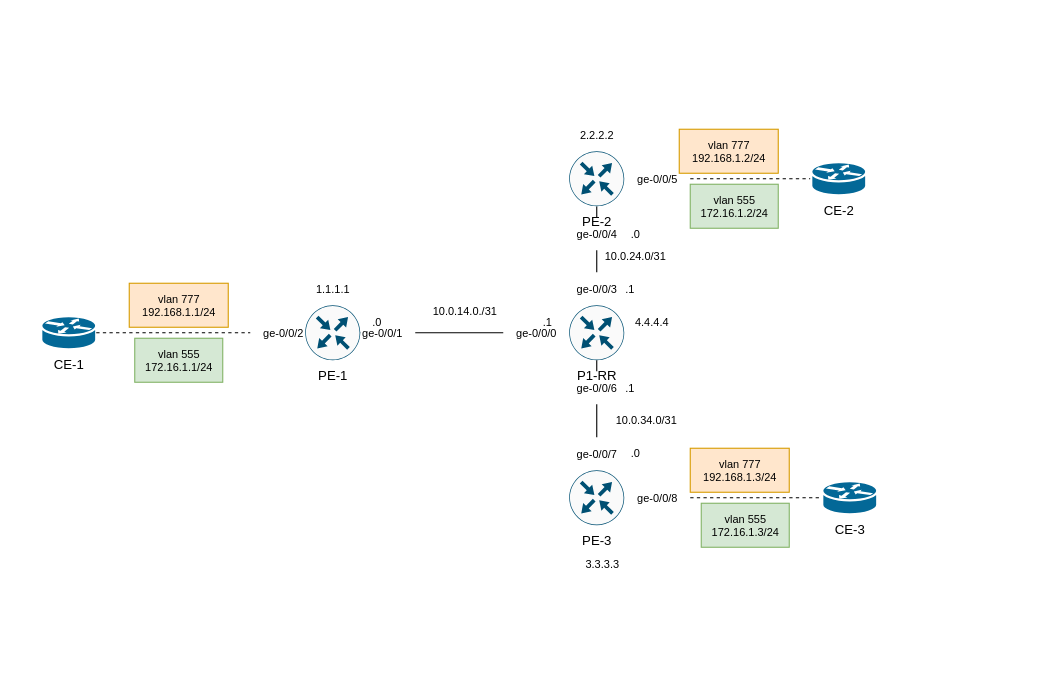
amuzdakhanov/schemes_juniper keeps this draw.io diagram as SP/EVPN.drawio. Above is the earlier version. Source tidied: cells renumbered, new cells numbered last; positions are measured from the earlier drawing's top-left corner, leaving out a move shared by most shapes. Both pictures are drawn from the tidied source at 110%, with x=0, y=0 at pixel (41, 118).
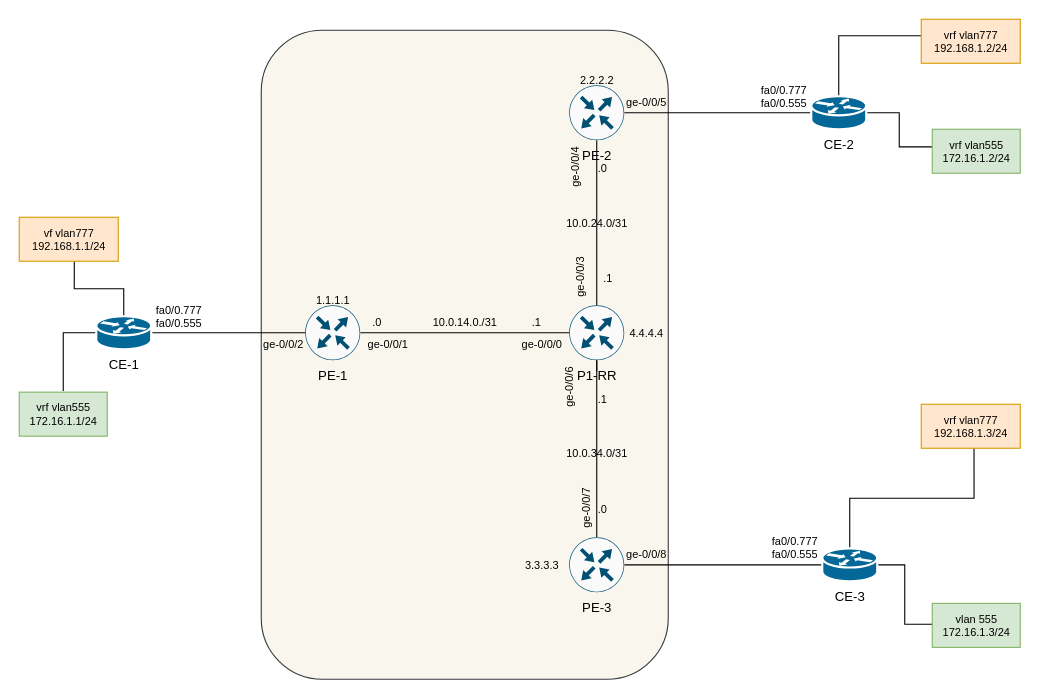
The same diagram, later.

The change refers to these unchanged cells:
```xml
<mxCell id="7" value="P1-RR" style="sketch=0;points=[[0.5,0,0],[1,0.5,0],[0.5,1,0],[0,0.5,0],[0.145,0.145,0],[0.8555,0.145,0],[0.855,0.8555,0],[0.145,0.855,0]];verticalLabelPosition=bottom;html=1;verticalAlign=top;align=center;shape=mxgraph.cisco19.rect;prIcon=router;fillColor=#FAFAFA;strokeColor=#005073;" parent="1" vertex="1">
  <mxGeometry x="480" y="170" width="50" height="50" as="geometry" />
</mxCell>
<mxCell id="12" value="PE-1" style="sketch=0;points=[[0.5,0,0],[1,0.5,0],[0.5,1,0],[0,0.5,0],[0.145,0.145,0],[0.8555,0.145,0],[0.855,0.8555,0],[0.145,0.855,0]];verticalLabelPosition=bottom;html=1;verticalAlign=top;align=center;shape=mxgraph.cisco19.rect;prIcon=router;fillColor=#FAFAFA;strokeColor=#005073;" parent="1" vertex="1">
  <mxGeometry x="240" y="170" width="50" height="50" as="geometry" />
</mxCell>
```

Diff of the diagram source:
```diff
@@
-    <mxCell id="2" style="rounded=0;jettySize=auto;html=1;exitX=0.5;exitY=1;exitDx=0;exitDy=0;exitPerimeter=0;entryX=0.5;entryY=0;entryDx=0;entryDy=0;entryPerimeter=0;endArrow=none;endFill=0;startArrow=none;" parent="1" edge="1" source="28" target="3">
-      <mxGeometry relative="1" as="geometry" />
-    </mxCell>
+    <mxCell id="49" style="rounded=1;whiteSpace=wrap;html=1;fontSize=10;fillColor=#f9f7ed;strokeColor=#36393d;" parent="1" vertex="1">
+      <mxGeometry x="200" y="-80" width="370" height="590" as="geometry" />
+    </mxCell>
-    <mxCell id="3" value="&lt;font style=&quot;font-size: 10px;&quot;&gt;ge-0/0/7&lt;/font&gt;" style="text;html=1;align=center;verticalAlign=middle;points=[];strokeColor=none;fillColor=none;" parent="1" vertex="1">
-      <mxGeometry x="475" y="290" width="60" height="30" as="geometry" />
+    <mxCell id="3" value="&lt;font style=&quot;font-size: 10px;&quot;&gt;ge-0/0/7&lt;/font&gt;" style="text;html=1;align=center;verticalAlign=middle;points=[];strokeColor=none;fillColor=none;rotation=-90;" parent="1" vertex="1">
+      <mxGeometry x="465" y="340" width="60" height="30" as="geometry" />
     </mxCell>
-    <mxCell id="4" style="rounded=0;jettySize=auto;html=1;exitX=0;exitY=0.5;exitDx=0;exitDy=0;exitPerimeter=0;entryX=1;entryY=0.5;entryDx=0;entryDy=0;entryPerimeter=0;startArrow=none;startFill=0;endArrow=none;endFill=0;" parent="1" edge="1" source="22" target="12">
-      <mxGeometry relative="1" as="geometry" />
-    </mxCell>
-    <mxCell id="5" style="edgeStyle=orthogonalEdgeStyle;rounded=0;jettySize=auto;html=1;exitX=0.5;exitY=0;exitDx=0;exitDy=0;exitPerimeter=0;entryX=0.5;entryY=1;entryDx=0;entryDy=0;entryPerimeter=0;endArrow=none;endFill=0;startArrow=none;" parent="1" edge="1" source="17" target="9">
-      <mxGeometry relative="1" as="geometry" />
-    </mxCell>
-    <mxCell id="6" style="rounded=0;jettySize=auto;html=1;exitX=0.5;exitY=1;exitDx=0;exitDy=0;exitPerimeter=0;entryX=0.5;entryY=0;entryDx=0;entryDy=0;entryPerimeter=0;endArrow=none;endFill=0;startArrow=none;" parent="1" edge="1" source="3" target="11">
-      <mxGeometry relative="1" as="geometry" />
-    </mxCell>
+    <mxCell id="50" style="edgeStyle=orthogonalEdgeStyle;rounded=0;jettySize=auto;html=1;exitX=0.5;exitY=1;exitDx=0;exitDy=0;exitPerimeter=0;entryX=0.5;entryY=0;entryDx=0;entryDy=0;entryPerimeter=0;fontSize=10;endArrow=none;endFill=0;" parent="1" edge="1" source="7" target="11">
+      <mxGeometry relative="1" as="geometry" />
+    </mxCell>
@@
-    <mxCell id="8" style="edgeStyle=orthogonalEdgeStyle;rounded=0;jettySize=auto;html=1;dashed=1;endArrow=none;endFill=0;startArrow=none;" parent="1" edge="1" source="25" target="13">
-      <mxGeometry relative="1" as="geometry" />
-    </mxCell>
+    <mxCell id="51" style="edgeStyle=orthogonalEdgeStyle;rounded=0;jettySize=auto;html=1;exitX=1;exitY=0.5;exitDx=0;exitDy=0;exitPerimeter=0;entryX=0;entryY=0.5;entryDx=0;entryDy=0;entryPerimeter=0;fontSize=10;endArrow=none;endFill=0;" parent="1" edge="1" source="9" target="13">
+      <mxGeometry relative="1" as="geometry" />
+    </mxCell>
+    <mxCell id="52" style="edgeStyle=orthogonalEdgeStyle;rounded=0;jettySize=auto;html=1;exitX=0.5;exitY=1;exitDx=0;exitDy=0;exitPerimeter=0;entryX=0.5;entryY=0;entryDx=0;entryDy=0;entryPerimeter=0;fontSize=10;endArrow=none;endFill=0;" parent="1" edge="1" source="9" target="7">
+      <mxGeometry relative="1" as="geometry" />
+    </mxCell>
     <mxCell id="9" value="PE-2" style="sketch=0;points=[[0.5,0,0],[1,0.5,0],[0.5,1,0],[0,0.5,0],[0.145,0.145,0],[0.8555,0.145,0],[0.855,0.8555,0],[0.145,0.855,0]];verticalLabelPosition=bottom;html=1;verticalAlign=top;align=center;shape=mxgraph.cisco19.rect;prIcon=router;fillColor=#FAFAFA;strokeColor=#005073;" parent="1" vertex="1">
-      <mxGeometry x="480" y="30" width="50" height="50" as="geometry" />
+      <mxGeometry x="480" y="-30" width="50" height="50" as="geometry" />
     </mxCell>
-    <mxCell id="10" style="edgeStyle=orthogonalEdgeStyle;rounded=0;jettySize=auto;html=1;exitX=1;exitY=0.5;exitDx=0;exitDy=0;exitPerimeter=0;entryX=0;entryY=0.5;entryDx=0;entryDy=0;entryPerimeter=0;dashed=1;endArrow=none;endFill=0;startArrow=none;" parent="1" edge="1" source="26" target="15">
-      <mxGeometry relative="1" as="geometry" />
-    </mxCell>
+    <mxCell id="53" style="edgeStyle=orthogonalEdgeStyle;rounded=0;jettySize=auto;html=1;exitX=1;exitY=0.5;exitDx=0;exitDy=0;exitPerimeter=0;fontSize=10;endArrow=none;endFill=0;" parent="1" edge="1" source="11" target="15">
+      <mxGeometry relative="1" as="geometry" />
+    </mxCell>
     <mxCell id="11" value="PE-3" style="sketch=0;points=[[0.5,0,0],[1,0.5,0],[0.5,1,0],[0,0.5,0],[0.145,0.145,0],[0.8555,0.145,0],[0.855,0.8555,0],[0.145,0.855,0]];verticalLabelPosition=bottom;html=1;verticalAlign=top;align=center;shape=mxgraph.cisco19.rect;prIcon=router;fillColor=#FAFAFA;strokeColor=#005073;" parent="1" vertex="1">
-      <mxGeometry x="480" y="320" width="50" height="50" as="geometry" />
+      <mxGeometry x="480" y="381" width="50" height="50" as="geometry" />
     </mxCell>
+    <mxCell id="54" style="edgeStyle=orthogonalEdgeStyle;rounded=0;jettySize=auto;html=1;exitX=1;exitY=0.5;exitDx=0;exitDy=0;exitPerimeter=0;entryX=0;entryY=0.5;entryDx=0;entryDy=0;entryPerimeter=0;fontSize=10;endArrow=none;endFill=0;" parent="1" edge="1" source="12" target="7">
+      <mxGeometry relative="1" as="geometry" />
+    </mxCell>
@@
+    <mxCell id="55" style="edgeStyle=orthogonalEdgeStyle;rounded=0;jettySize=auto;html=1;exitX=1;exitY=0.5;exitDx=0;exitDy=0;exitPerimeter=0;entryX=0;entryY=0.4;entryDx=0;entryDy=0;entryPerimeter=0;fontSize=10;endArrow=none;endFill=0;" parent="1" edge="1" source="13" target="48">
+      <mxGeometry relative="1" as="geometry" />
+    </mxCell>
+    <mxCell id="56" style="edgeStyle=orthogonalEdgeStyle;rounded=0;jettySize=auto;html=1;exitX=0.5;exitY=0;exitDx=0;exitDy=0;exitPerimeter=0;entryX=0;entryY=0.375;entryDx=0;entryDy=0;entryPerimeter=0;fontSize=10;endArrow=none;endFill=0;" parent="1" edge="1" source="13" target="43">
+      <mxGeometry relative="1" as="geometry" />
+    </mxCell>
     <mxCell id="13" value="CE-2" style="shape=mxgraph.cisco.routers.router;sketch=0;html=1;dashed=0;fillColor=#036897;strokeColor=#ffffff;strokeWidth=2;verticalLabelPosition=bottom;verticalAlign=top;align=center;outlineConnect=0;" parent="1" vertex="1">
-      <mxGeometry x="700" y="40" width="50" height="30" as="geometry" />
+      <mxGeometry x="700" y="-20" width="50" height="30" as="geometry" />
     </mxCell>
+    <mxCell id="57" style="edgeStyle=orthogonalEdgeStyle;rounded=0;jettySize=auto;html=1;exitX=0.5;exitY=0;exitDx=0;exitDy=0;exitPerimeter=0;entryX=0.556;entryY=1;entryDx=0;entryDy=0;entryPerimeter=0;fontSize=10;endArrow=none;endFill=0;" parent="1" edge="1" source="14" target="45">
+      <mxGeometry relative="1" as="geometry" />
+    </mxCell>
+    <mxCell id="58" style="edgeStyle=orthogonalEdgeStyle;rounded=0;jettySize=auto;html=1;exitX=0;exitY=0.5;exitDx=0;exitDy=0;exitPerimeter=0;entryX=0.5;entryY=-0.025;entryDx=0;entryDy=0;entryPerimeter=0;fontSize=10;endArrow=none;endFill=0;" parent="1" edge="1" source="14" target="46">
+      <mxGeometry relative="1" as="geometry" />
+    </mxCell>
+    <mxCell id="59" style="edgeStyle=orthogonalEdgeStyle;rounded=0;jettySize=auto;html=1;exitX=1;exitY=0.5;exitDx=0;exitDy=0;exitPerimeter=0;entryX=0;entryY=0.5;entryDx=0;entryDy=0;entryPerimeter=0;fontSize=10;endArrow=none;endFill=0;" parent="1" edge="1" source="14" target="12">
+      <mxGeometry relative="1" as="geometry" />
+    </mxCell>
     <mxCell id="14" value="CE-1" style="shape=mxgraph.cisco.routers.router;sketch=0;html=1;dashed=0;fillColor=#036897;strokeColor=#ffffff;strokeWidth=2;verticalLabelPosition=bottom;verticalAlign=top;align=center;outlineConnect=0;" parent="1" vertex="1">
-      <mxGeometry y="180" width="50" height="30" as="geometry" />
+      <mxGeometry x="50" y="180" width="50" height="30" as="geometry" />
     </mxCell>
+    <mxCell id="60" style="edgeStyle=orthogonalEdgeStyle;rounded=0;jettySize=auto;html=1;exitX=1;exitY=0.5;exitDx=0;exitDy=0;exitPerimeter=0;entryX=0.013;entryY=0.475;entryDx=0;entryDy=0;entryPerimeter=0;fontSize=10;endArrow=none;endFill=0;" parent="1" edge="1" source="15" target="47">
+      <mxGeometry relative="1" as="geometry" />
+    </mxCell>
+    <mxCell id="61" style="edgeStyle=orthogonalEdgeStyle;rounded=0;jettySize=auto;html=1;exitX=0.5;exitY=0;exitDx=0;exitDy=0;exitPerimeter=0;entryX=0.533;entryY=1;entryDx=0;entryDy=0;entryPerimeter=0;fontSize=10;endArrow=none;endFill=0;" parent="1" edge="1" source="15" target="44">
+      <mxGeometry relative="1" as="geometry" />
+    </mxCell>
     <mxCell id="15" value="CE-3" style="shape=mxgraph.cisco.routers.router;sketch=0;html=1;dashed=0;fillColor=#036897;strokeColor=#ffffff;strokeWidth=2;verticalLabelPosition=bottom;verticalAlign=top;align=center;outlineConnect=0;" parent="1" vertex="1">
-      <mxGeometry x="710" y="330" width="50" height="30" as="geometry" />
+      <mxGeometry x="710" y="391" width="50" height="30" as="geometry" />
     </mxCell>
-    <mxCell id="16" value="&lt;font style=&quot;font-size: 10px;&quot;&gt;ge-0/0/3&lt;/font&gt;" style="text;html=1;align=center;verticalAlign=middle;points=[];strokeColor=none;fillColor=none;" parent="1" vertex="1">
-      <mxGeometry x="475" y="140" width="60" height="30" as="geometry" />
+    <mxCell id="16" value="&lt;font style=&quot;font-size: 10px;&quot;&gt;ge-0/0/3&lt;/font&gt;" style="text;html=1;align=center;verticalAlign=middle;points=[];strokeColor=none;fillColor=none;rotation=-90;" parent="1" vertex="1">
+      <mxGeometry x="460" y="130" width="60" height="30" as="geometry" />
     </mxCell>
-    <mxCell id="17" value="&lt;font style=&quot;font-size: 10px;&quot;&gt;ge-0/0/4&lt;br&gt;&lt;/font&gt;" style="text;html=1;align=center;verticalAlign=middle;points=[];strokeColor=none;fillColor=none;" parent="1" vertex="1">
-      <mxGeometry x="475" y="90" width="60" height="30" as="geometry" />
+    <mxCell id="17" value="&lt;font style=&quot;font-size: 10px;&quot;&gt;ge-0/0/4&lt;br&gt;&lt;/font&gt;" style="text;html=1;align=center;verticalAlign=middle;points=[];strokeColor=none;fillColor=none;rotation=-90;" parent="1" vertex="1">
+      <mxGeometry x="455" y="30" width="60" height="30" as="geometry" />
     </mxCell>
-    <mxCell id="18" style="edgeStyle=orthogonalEdgeStyle;rounded=0;jettySize=auto;html=1;exitX=0.5;exitY=0;exitDx=0;exitDy=0;exitPerimeter=0;entryX=0.5;entryY=1;entryDx=0;entryDy=0;entryPerimeter=0;endArrow=none;endFill=0;startArrow=none;" parent="1" edge="1" source="16" target="17">
-      <mxGeometry relative="1" as="geometry" />
-    </mxCell>
-    <mxCell id="19" style="rounded=0;jettySize=auto;html=1;exitX=0;exitY=0.5;exitDx=0;exitDy=0;exitPerimeter=0;entryX=1;entryY=0.5;entryDx=0;entryDy=0;entryPerimeter=0;startArrow=none;startFill=0;endArrow=none;endFill=0;" parent="1" edge="1" source="7" target="20">
-      <mxGeometry relative="1" as="geometry" />
-    </mxCell>
     <mxCell id="20" value="&lt;font style=&quot;font-size: 10px;&quot;&gt;ge-0/0/0&lt;/font&gt;" style="text;html=1;align=center;verticalAlign=middle;points=[];strokeColor=none;fillColor=none;" parent="1" vertex="1">
-      <mxGeometry x="420" y="180" width="60" height="30" as="geometry" />
+      <mxGeometry x="425" y="190" width="60" height="30" as="geometry" />
     </mxCell>
-    <mxCell id="21" style="rounded=0;jettySize=auto;html=1;exitX=0;exitY=0.5;exitDx=0;exitDy=0;exitPerimeter=0;entryX=1;entryY=0.5;entryDx=0;entryDy=0;entryPerimeter=0;startArrow=none;startFill=0;endArrow=none;endFill=0;" parent="1" edge="1" source="20" target="22">
-      <mxGeometry relative="1" as="geometry" />
-    </mxCell>
     <mxCell id="22" value="&lt;font style=&quot;font-size: 10px;&quot;&gt;ge-0/0/1&lt;/font&gt;" style="text;html=1;align=center;verticalAlign=middle;points=[];strokeColor=none;fillColor=none;" parent="1" vertex="1">
-      <mxGeometry x="280" y="180" width="60" height="30" as="geometry" />
+      <mxGeometry x="285" y="190" width="60" height="30" as="geometry" />
     </mxCell>
     <mxCell id="23" value="&lt;font style=&quot;font-size: 10px;&quot;&gt;ge-0/0/2&lt;/font&gt;" style="text;html=1;align=center;verticalAlign=middle;points=[];strokeColor=none;fillColor=none;" parent="1" vertex="1">
-      <mxGeometry x="190" y="180" width="60" height="30" as="geometry" />
+      <mxGeometry x="190" y="190" width="60" height="30" as="geometry" />
     </mxCell>
-    <mxCell id="24" style="edgeStyle=orthogonalEdgeStyle;rounded=0;jettySize=auto;html=1;entryX=0;entryY=0.5;entryDx=0;entryDy=0;entryPerimeter=0;endArrow=none;endFill=0;dashed=1;" parent="1" edge="1" source="14" target="23">
-      <mxGeometry relative="1" as="geometry" />
-    </mxCell>
     <mxCell id="25" value="&lt;font style=&quot;font-size: 10px;&quot;&gt;ge-0/0/5&lt;/font&gt;" style="text;html=1;align=center;verticalAlign=middle;points=[];strokeColor=none;fillColor=none;" parent="1" vertex="1">
-      <mxGeometry x="530" y="40" width="60" height="30" as="geometry" />
+      <mxGeometry x="520" y="-30" width="60" height="30" as="geometry" />
     </mxCell>
     <mxCell id="26" value="&lt;font style=&quot;font-size: 10px;&quot;&gt;ge-0/0/8&lt;/font&gt;" style="text;html=1;align=center;verticalAlign=middle;points=[];strokeColor=none;fillColor=none;" parent="1" vertex="1">
-      <mxGeometry x="530" y="330" width="60" height="30" as="geometry" />
+      <mxGeometry x="520" y="381" width="60" height="30" as="geometry" />
     </mxCell>
-    <mxCell id="27" style="edgeStyle=orthogonalEdgeStyle;rounded=0;jettySize=auto;html=1;exitX=1;exitY=0.5;exitDx=0;exitDy=0;exitPerimeter=0;entryX=0;entryY=0.5;entryDx=0;entryDy=0;entryPerimeter=0;dashed=1;endArrow=none;endFill=0;" parent="1" edge="1" source="11" target="26">
-      <mxGeometry relative="1" as="geometry" />
-    </mxCell>
-    <mxCell id="28" value="&lt;font style=&quot;font-size: 10px;&quot;&gt;ge-0/0/6&lt;/font&gt;" style="text;html=1;align=center;verticalAlign=middle;points=[];strokeColor=none;fillColor=none;" parent="1" vertex="1">
-      <mxGeometry x="475" y="230" width="60" height="30" as="geometry" />
-    </mxCell>
-    <mxCell id="29" style="rounded=0;jettySize=auto;html=1;exitX=0.5;exitY=1;exitDx=0;exitDy=0;exitPerimeter=0;entryX=0.5;entryY=0;entryDx=0;entryDy=0;entryPerimeter=0;endArrow=none;endFill=0;" parent="1" edge="1" source="7" target="28">
-      <mxGeometry relative="1" as="geometry" />
+    <mxCell id="29" style="rounded=0;jettySize=auto;html=1;exitX=0.5;exitY=1;exitDx=0;exitDy=0;exitPerimeter=0;entryX=0.5;entryY=0;entryDx=0;entryDy=0;entryPerimeter=0;endArrow=none;endFill=0;" parent="1" edge="1" source="7">
+      <mxGeometry relative="1" as="geometry">
+        <mxPoint x="505" y="230" as="targetPoint" />
+      </mxGeometry>
     </mxCell>
     <mxCell id="30" value="1.1.1.1" style="text;html=1;align=center;verticalAlign=middle;strokeColor=none;fillColor=none;fontSize=10;" parent="1" vertex="1">
-      <mxGeometry x="240" y="140" width="50" height="30" as="geometry" />
+      <mxGeometry x="240" y="150" width="50" height="30" as="geometry" />
     </mxCell>
     <mxCell id="31" value="2.2.2.2" style="text;html=1;align=center;verticalAlign=middle;strokeColor=none;fillColor=none;fontSize=10;" parent="1" vertex="1">
-      <mxGeometry x="480" width="50" height="30" as="geometry" />
+      <mxGeometry x="480" y="-50" width="50" height="30" as="geometry" />
     </mxCell>
     <mxCell id="32" value="3.3.3.3" style="text;html=1;align=center;verticalAlign=middle;strokeColor=none;fillColor=none;fontSize=10;" parent="1" vertex="1">
-      <mxGeometry x="485" y="390" width="50" height="30" as="geometry" />
+      <mxGeometry x="430" y="391" width="50" height="30" as="geometry" />
     </mxCell>
     <mxCell id="33" value="4.4.4.4" style="text;html=1;align=center;verticalAlign=middle;strokeColor=none;fillColor=none;fontSize=10;" parent="1" vertex="1">
-      <mxGeometry x="530" y="170" width="50" height="30" as="geometry" />
+      <mxGeometry x="525" y="180" width="50" height="30" as="geometry" />
     </mxCell>
-    <mxCell id="34" value="10.0.24.0/31" style="text;html=1;align=center;verticalAlign=middle;strokeColor=none;fillColor=none;fontSize=10;" parent="1" vertex="1">
-      <mxGeometry x="500" y="110" width="80" height="30" as="geometry" />
-    </mxCell>
     <mxCell id="35" value="10.0.34.0/31" style="text;html=1;align=center;verticalAlign=middle;strokeColor=none;fillColor=none;fontSize=10;" parent="1" vertex="1">
-      <mxGeometry x="510" y="259" width="80" height="30" as="geometry" />
+      <mxGeometry x="465" y="289" width="80" height="30" as="geometry" />
     </mxCell>
     <mxCell id="36" value="10.0.14.0./31" style="text;html=1;align=center;verticalAlign=middle;strokeColor=none;fillColor=none;fontSize=10;" parent="1" vertex="1">
-      <mxGeometry x="344.5" y="160" width="80" height="30" as="geometry" />
+      <mxGeometry x="345" y="170" width="80" height="30" as="geometry" />
     </mxCell>
@@
     <mxCell id="38" value=".0" style="text;html=1;align=center;verticalAlign=middle;strokeColor=none;fillColor=none;fontSize=10;" parent="1" vertex="1">
-      <mxGeometry x="525" y="90" width="30" height="30" as="geometry" />
+      <mxGeometry x="495" y="30" width="30" height="30" as="geometry" />
     </mxCell>
     <mxCell id="39" value=".0" style="text;html=1;align=center;verticalAlign=middle;strokeColor=none;fillColor=none;fontSize=10;" parent="1" vertex="1">
-      <mxGeometry x="525" y="289" width="30" height="30" as="geometry" />
+      <mxGeometry x="495" y="340" width="30" height="30" as="geometry" />
     </mxCell>
     <mxCell id="40" value=".1" style="text;html=1;align=center;verticalAlign=middle;strokeColor=none;fillColor=none;fontSize=10;" parent="1" vertex="1">
-      <mxGeometry x="445" y="170" width="30" height="30" as="geometry" />
+      <mxGeometry x="495" y="240" width="30" height="30" as="geometry" />
     </mxCell>
     <mxCell id="41" value=".1" style="text;html=1;align=center;verticalAlign=middle;strokeColor=none;fillColor=none;fontSize=10;" parent="1" vertex="1">
-      <mxGeometry x="520" y="230" width="30" height="30" as="geometry" />
+      <mxGeometry x="435" y="170" width="30" height="30" as="geometry" />
     </mxCell>
     <mxCell id="42" value=".1" style="text;html=1;align=center;verticalAlign=middle;strokeColor=none;fillColor=none;fontSize=10;" parent="1" vertex="1">
-      <mxGeometry x="520" y="140" width="30" height="30" as="geometry" />
+      <mxGeometry x="500" y="130" width="30" height="30" as="geometry" />
     </mxCell>
-    <mxCell id="43" value="vlan 777&lt;br&gt;192.168.1.2/24" style="text;html=1;align=center;verticalAlign=middle;points=[];strokeColor=#d79b00;fillColor=#ffe6cc;fontSize=10;" parent="1" vertex="1">
-      <mxGeometry x="580" y="10" width="90" height="40" as="geometry" />
+    <mxCell id="43" value="vrf vlan777&lt;br&gt;192.168.1.2/24" style="text;html=1;align=center;verticalAlign=middle;points=[];strokeColor=#d79b00;fillColor=#ffe6cc;fontSize=10;" parent="1" vertex="1">
+      <mxGeometry x="800" y="-90" width="90" height="40" as="geometry" />
     </mxCell>
-    <mxCell id="44" value="vlan 777&lt;br&gt;192.168.1.3/24" style="text;html=1;align=center;verticalAlign=middle;points=[];strokeColor=#d79b00;fillColor=#ffe6cc;fontSize=10;" parent="1" vertex="1">
-      <mxGeometry x="590" y="300" width="90" height="40" as="geometry" />
+    <mxCell id="44" value="vrf vlan777&lt;br&gt;192.168.1.3/24" style="text;html=1;align=center;verticalAlign=middle;points=[];strokeColor=#d79b00;fillColor=#ffe6cc;fontSize=10;" parent="1" vertex="1">
+      <mxGeometry x="800" y="260" width="90" height="40" as="geometry" />
     </mxCell>
-    <mxCell id="45" value="vlan 777&lt;br&gt;192.168.1.1/24" style="text;html=1;align=center;verticalAlign=middle;points=[];strokeColor=#d79b00;fillColor=#ffe6cc;fontSize=10;" parent="1" vertex="1">
-      <mxGeometry x="80" y="150" width="90" height="40" as="geometry" />
+    <mxCell id="45" value="vf vlan777&lt;br&gt;192.168.1.1/24" style="text;html=1;align=center;verticalAlign=middle;points=[];strokeColor=#d79b00;fillColor=#ffe6cc;fontSize=10;" parent="1" vertex="1">
+      <mxGeometry x="-20" y="90" width="90" height="40" as="geometry" />
     </mxCell>
-    <mxCell id="46" value="vlan 555&lt;br&gt;172.16.1.1/24" style="text;html=1;align=center;verticalAlign=middle;points=[];strokeColor=#82b366;fillColor=#d5e8d4;fontSize=10;" parent="1" vertex="1">
-      <mxGeometry x="85" y="200" width="80" height="40" as="geometry" />
+    <mxCell id="46" value="vrf vlan555&lt;br&gt;172.16.1.1/24" style="text;html=1;align=center;verticalAlign=middle;points=[];strokeColor=#82b366;fillColor=#d5e8d4;fontSize=10;" parent="1" vertex="1">
+      <mxGeometry x="-20" y="249" width="80" height="40" as="geometry" />
     </mxCell>
     <mxCell id="47" value="vlan 555&lt;br&gt;172.16.1.3/24" style="text;html=1;align=center;verticalAlign=middle;points=[];strokeColor=#82b366;fillColor=#d5e8d4;fontSize=10;" parent="1" vertex="1">
-      <mxGeometry x="600" y="350" width="80" height="40" as="geometry" />
+      <mxGeometry x="810" y="441" width="80" height="40" as="geometry" />
     </mxCell>
-    <mxCell id="48" value="vlan 555&lt;br&gt;172.16.1.2/24" style="text;html=1;align=center;verticalAlign=middle;points=[];strokeColor=#82b366;fillColor=#d5e8d4;fontSize=10;" parent="1" vertex="1">
-      <mxGeometry x="590" y="60" width="80" height="40" as="geometry" />
+    <mxCell id="48" value="vrf vlan555&lt;br&gt;172.16.1.2/24" style="text;html=1;align=center;verticalAlign=middle;points=[];strokeColor=#82b366;fillColor=#d5e8d4;fontSize=10;" parent="1" vertex="1">
+      <mxGeometry x="810" y="10" width="80" height="40" as="geometry" />
     </mxCell>
+    <mxCell id="28" value="&lt;font style=&quot;font-size: 10px;&quot;&gt;ge-0/0/6&lt;/font&gt;" style="text;html=1;align=center;verticalAlign=middle;points=[];strokeColor=none;fillColor=none;rotation=-90;" parent="1" vertex="1">
+      <mxGeometry x="450" y="230" width="60" height="30" as="geometry" />
+    </mxCell>
+    <mxCell id="34" value="10.0.24.0/31" style="text;html=1;align=center;verticalAlign=middle;strokeColor=none;fillColor=none;fontSize=10;" parent="1" vertex="1">
+      <mxGeometry x="465" y="80" width="80" height="30" as="geometry" />
+    </mxCell>
+    <mxCell id="62" value="fa0/0.777&lt;br&gt;fa0/0.555" style="text;html=1;align=center;verticalAlign=middle;strokeColor=none;fillColor=none;fontSize=10;" parent="1" vertex="1">
+      <mxGeometry x="90" y="160" width="70" height="40" as="geometry" />
+    </mxCell>
+    <mxCell id="63" value="fa0/0.777&lt;br&gt;fa0/0.555" style="text;html=1;align=center;verticalAlign=middle;strokeColor=none;fillColor=none;fontSize=10;" parent="1" vertex="1">
+      <mxGeometry x="640" y="-40" width="70" height="40" as="geometry" />
+    </mxCell>
+    <mxCell id="64" value="fa0/0.777&lt;br&gt;fa0/0.555" style="text;html=1;align=center;verticalAlign=middle;strokeColor=none;fillColor=none;fontSize=10;" parent="1" vertex="1">
+      <mxGeometry x="650" y="370" width="70" height="40" as="geometry" />
+    </mxCell>
```
